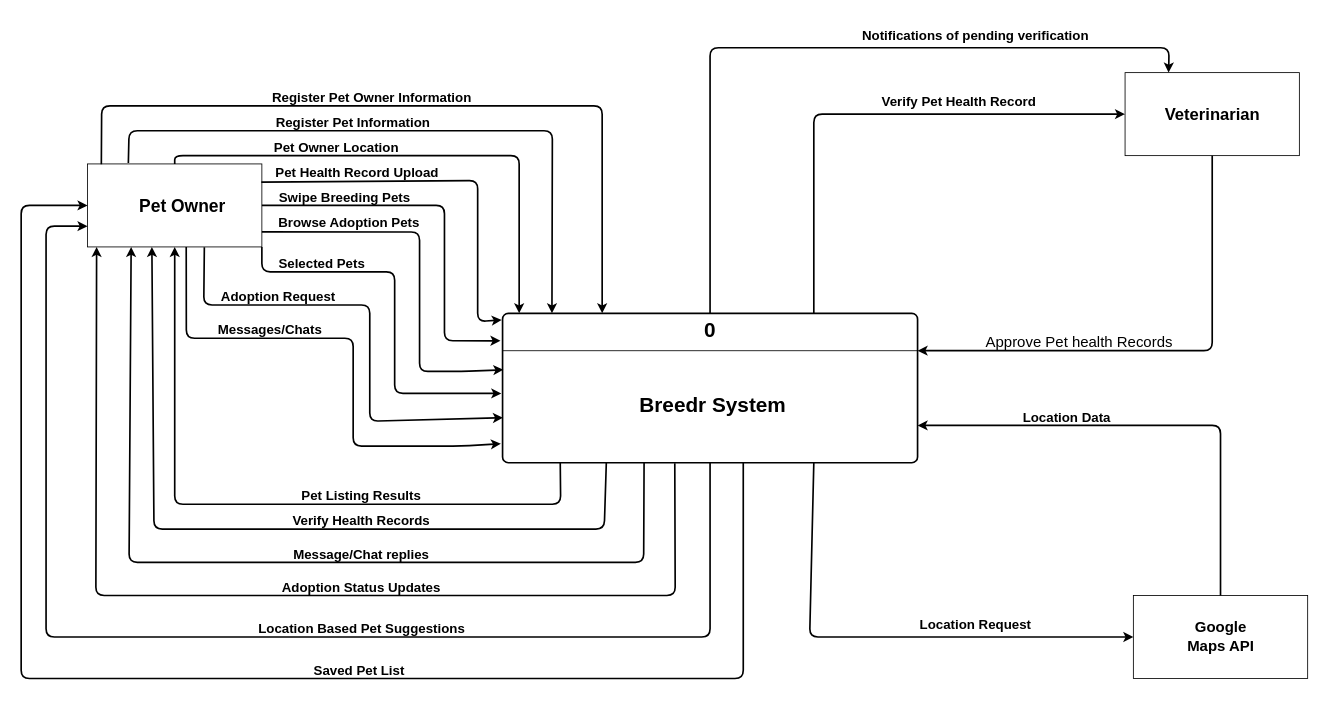
Chels013/Breedr-Diagrams keeps this draw.io diagram as DFD_URBINA_level0.drawio. Above is the earlier version. Source tidied: cells renumbered, new cells numbered last; positions are measured from the earlier drawing's top-left corner, leaving out a move shared by most shapes. Both pictures are drawn from the tidied source at 83%, with x=0, y=0 at pixel (21, 14).
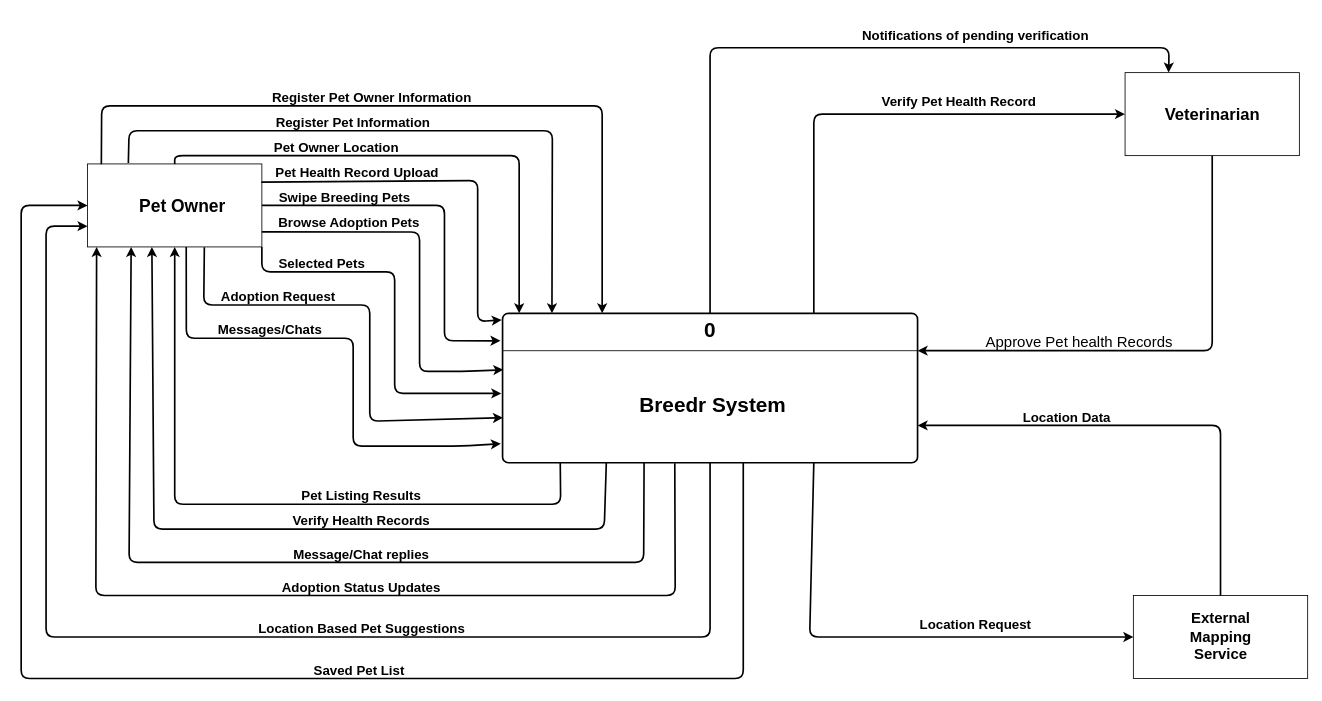
The same diagram, later.

The change refers to these unchanged cells:
```xml
<mxCell id="14" style="group;" parent="1" vertex="1">
  <mxGeometry x="1340" y="700" width="210" height="100" as="geometry" />
</mxCell>
```

Change to the diagram source:
```diff
@@
-<mxGraphModel>
+<mxGraphModel background="#ffffff">
@@
-    <mxCell id="16" value="Google Maps API" style="text;html=1;align=center;verticalAlign=middle;whiteSpace=wrap;rounded=0;fontStyle=1;fontSize=18;" parent="14" vertex="1">
+    <mxCell id="16" value="&lt;strong&gt;External Mapping Service&lt;/strong&gt;" style="text;html=1;align=center;verticalAlign=middle;whiteSpace=wrap;rounded=0;fontStyle=1;fontSize=18;" parent="14" vertex="1">
       <mxGeometry x="58.8" y="35" width="92.5" height="30" as="geometry" />
     </mxCell>
```
